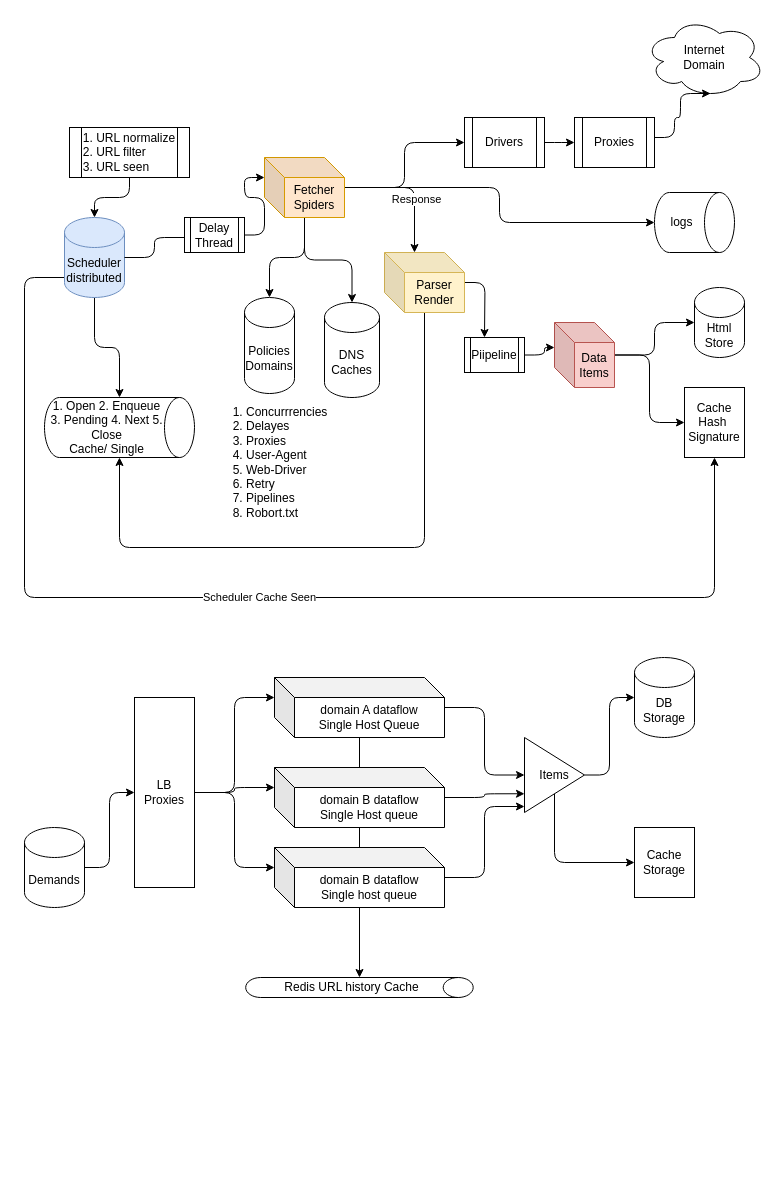
Earlier version of the draw.io diagram webCrawler/crawler.drawio (wuqunfei/system-design-in-action). Source tidied: cells renumbered, new cells numbered last; positions are measured from the earlier drawing's top-left corner, leaving out a move shared by most shapes. Both pictures are drawn from the tidied source at 100%, with x=0, y=0 at pixel (24, 17).
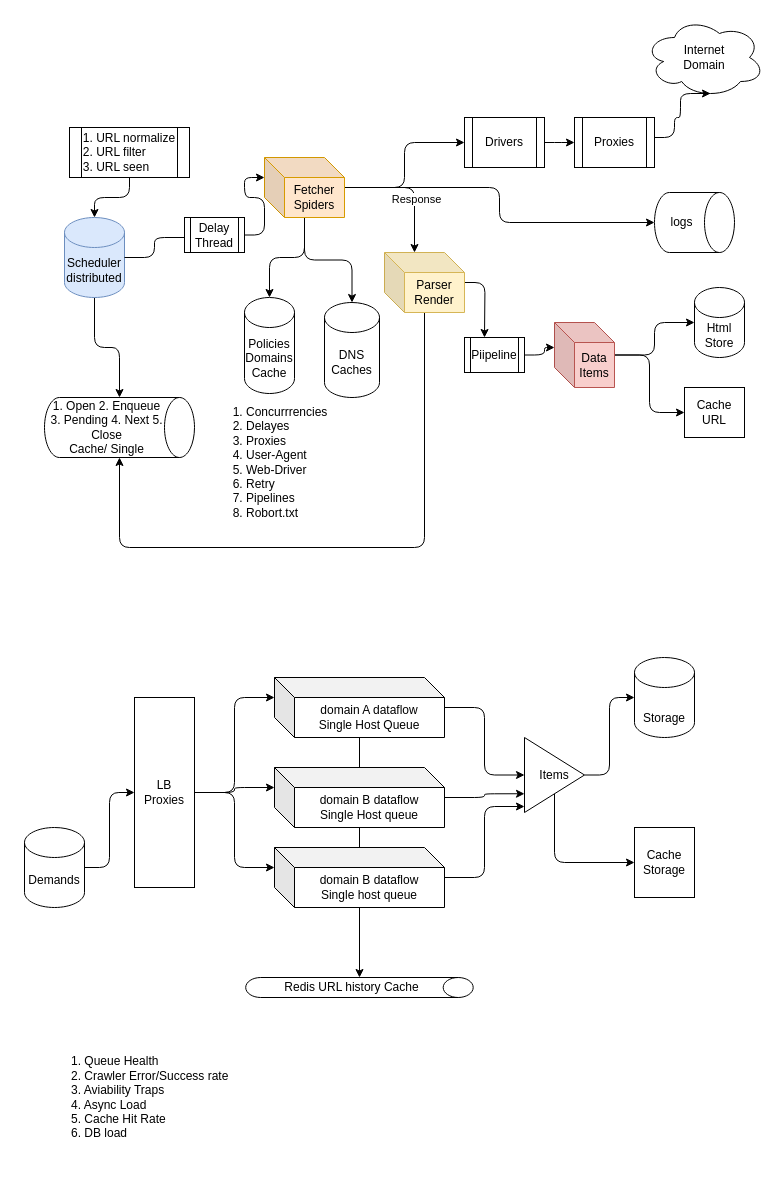
Above is the later version.

Commit message (it also covers changes not shown here):
Add crawler with entity

Unchanged cells that the change refers to:
```xml
<mxCell id="5" value="Scheduler&lt;br&gt;distributed" style="shape=cylinder3;whiteSpace=wrap;html=1;boundedLbl=1;backgroundOutline=1;size=15;fillColor=#dae8fc;strokeColor=#6c8ebf;" parent="1" vertex="1">
  <mxGeometry x="40" y="200" width="60" height="80" as="geometry" />
</mxCell>
```

What changed in the source:
```diff
@@
-    <mxCell id="4" value="Scheduler Cache Seen" style="edgeStyle=orthogonalEdgeStyle;rounded=1;jettySize=auto;html=1;entryX=0.5;entryY=1;entryDx=0;entryDy=0;" parent="1" edge="1" source="5" target="38">
-      <mxGeometry relative="1" as="geometry">
-        <Array as="points">
-          <mxPoint y="260" />
-          <mxPoint y="580" />
-          <mxPoint x="690" y="580" />
-        </Array>
-      </mxGeometry>
-    </mxCell>
@@
-    <mxCell id="6" value="Policies&lt;br&gt;Domains" style="shape=cylinder3;whiteSpace=wrap;html=1;boundedLbl=1;backgroundOutline=1;size=15;" parent="1" vertex="1">
+    <mxCell id="6" value="Policies&lt;br&gt;Domains&lt;br&gt;Cache" style="shape=cylinder3;whiteSpace=wrap;html=1;boundedLbl=1;backgroundOutline=1;size=15;" parent="1" vertex="1">
       <mxGeometry x="220" y="280" width="50" height="96" as="geometry" />
     </mxCell>
@@
-    <mxCell id="38" value="Cache&lt;br&gt;Hash&amp;nbsp;&lt;br&gt;Signature" style="rounded=0;whiteSpace=wrap;html=1;" parent="1" vertex="1">
-      <mxGeometry x="660" y="370" width="60" height="70" as="geometry" />
+    <mxCell id="38" value="Cache&lt;br&gt;URL" style="rounded=0;whiteSpace=wrap;html=1;" parent="1" vertex="1">
+      <mxGeometry x="660" y="370" width="60" height="50" as="geometry" />
     </mxCell>
@@
-    <mxCell id="47" value="DB&lt;br&gt;Storage" style="shape=cylinder3;whiteSpace=wrap;html=1;boundedLbl=1;backgroundOutline=1;size=15;" parent="1" vertex="1">
+    <mxCell id="47" value="&lt;br&gt;Storage" style="shape=cylinder3;whiteSpace=wrap;html=1;boundedLbl=1;backgroundOutline=1;size=15;" parent="1" vertex="1">
       <mxGeometry x="610" y="640" width="60" height="80" as="geometry" />
     </mxCell>
@@
+    <mxCell id="56" value="1. Queue Health&lt;br&gt;2. Crawler Error/Success rate&lt;br&gt;3. Aviability Traps&lt;br&gt;4. Async Load&lt;br&gt;5. Cache Hit Rate&lt;br&gt;6. DB load" style="text;html=1;strokeColor=none;fillColor=none;align=left;verticalAlign=middle;whiteSpace=wrap;rounded=0;" parent="1" vertex="1">
+      <mxGeometry x="45" y="1010" width="175" height="140" as="geometry" />
+    </mxCell>
```
